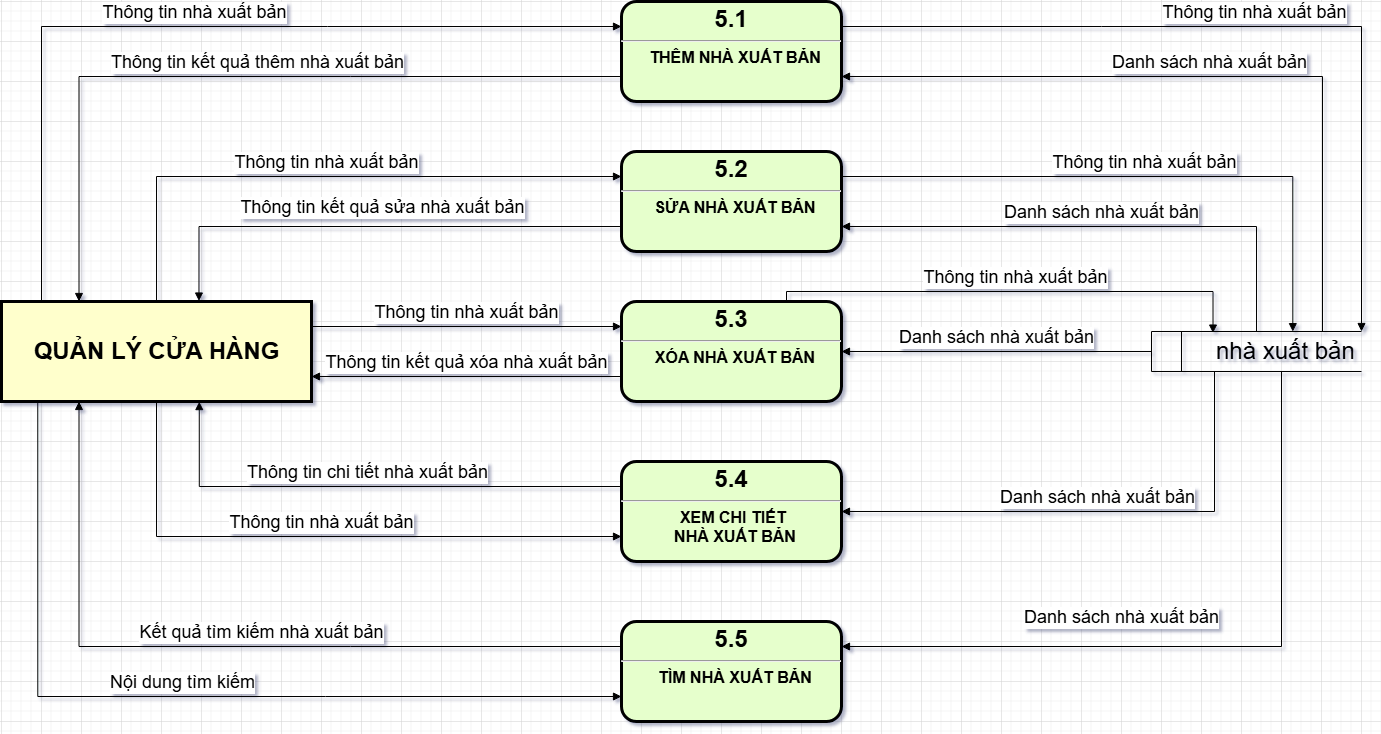
Before: DFD/DFD_NXB_2.drawio.png, a diagram exported from draw.io (phanvu1/PTTKHTTT). Source tidied: cells renumbered, new cells last; positions are measured from the earlier drawing's top-left corner, leaving out a move shared by most shapes. Its diagram source:
```xml
<mxGraphModel>
  <root>
    <mxCell id="0" />
    <mxCell id="1" parent="0" />
    <mxCell id="2" value="&lt;p style=&quot;margin: 4px 0px 0px; text-align: center;&quot;&gt;&lt;span style=&quot;font-size: 24px;&quot;&gt;5.1&lt;/span&gt;&lt;/p&gt;&lt;hr&gt;&lt;p style=&quot;margin: 0px; margin-left: 8px;&quot;&gt;&lt;font size=&quot;3&quot;&gt;THÊM NHÀ XUẤT BẢN&lt;/font&gt;&lt;/p&gt;" style="verticalAlign=middle;align=center;overflow=fill;fontSize=12;fontFamily=Helvetica;html=1;rounded=1;fontStyle=1;strokeWidth=3;fillColor=#E6FFCC;" parent="1" vertex="1">
      <mxGeometry x="620" width="220" height="100" as="geometry" />
    </mxCell>
    <mxCell id="3" style="group;" parent="1" vertex="1">
      <mxGeometry y="300" width="310" height="100" as="geometry" />
    </mxCell>
    <mxCell id="4" style="whiteSpace=wrap;align=center;verticalAlign=middle;fontStyle=1;strokeWidth=3;fillColor=#FFFFCC;" parent="3" vertex="1">
      <mxGeometry width="310" height="100" as="geometry" />
    </mxCell>
    <mxCell id="5" value="&lt;b&gt;&lt;font style=&quot;font-size: 24px;&quot;&gt;QUẢN LÝ CỬA HÀNG&lt;/font&gt;&lt;/b&gt;" style="text;html=1;align=center;verticalAlign=middle;strokeColor=none;fillColor=none;" parent="3" vertex="1">
      <mxGeometry x="20" y="30" width="270" height="40" as="geometry" />
    </mxCell>
    <mxCell id="6" value="&lt;font style=&quot;font-size: 24px;&quot;&gt;&lt;span style=&quot;white-space: pre;&quot;&gt;&#9;&lt;/span&gt;&amp;nbsp;nhà xuất bản&lt;/font&gt;" style="html=1;dashed=0;whiteSpace=wrap;shape=mxgraph.dfd.dataStoreID;align=left;spacingLeft=3;points=[[0,0],[0.5,0],[1,0],[0,0.5],[1,0.5],[0,1],[0.5,1],[1,1]];verticalAlign=middle;fontFamily=Helvetica;fontSize=12;fontColor=default;fillColor=none;gradientColor=none;" parent="1" vertex="1">
      <mxGeometry x="1150" y="330" width="210" height="40" as="geometry" />
    </mxCell>
    <mxCell id="7" value="&lt;font style=&quot;font-size: 18px;&quot;&gt;Thông tin nhà xuất bản&lt;/font&gt;" style="html=1;verticalAlign=bottom;endArrow=block;rounded=0;entryX=0;entryY=0.25;entryDx=0;entryDy=0;edgeStyle=orthogonalEdgeStyle;" parent="1" edge="1" target="2">
      <mxGeometry relative="1" as="geometry">
        <mxPoint x="40" y="300" as="sourcePoint" />
        <Array as="points">
          <mxPoint x="40" y="25" />
        </Array>
      </mxGeometry>
    </mxCell>
    <mxCell id="8" value="&lt;font style=&quot;font-size: 18px;&quot;&gt;Thông tin kết quả thêm nhà xuất bản&lt;/font&gt;" style="html=1;verticalAlign=bottom;endArrow=block;rounded=0;entryX=0.25;entryY=0;entryDx=0;entryDy=0;exitX=0;exitY=0.75;exitDx=0;exitDy=0;edgeStyle=orthogonalEdgeStyle;" parent="1" edge="1" source="2" target="4">
      <mxGeometry x="-0.05" relative="1" as="geometry" />
    </mxCell>
    <mxCell id="9" value="&lt;p style=&quot;margin: 4px 0px 0px; text-align: center;&quot;&gt;&lt;span style=&quot;font-size: 24px;&quot;&gt;5.2&lt;/span&gt;&lt;/p&gt;&lt;hr&gt;&lt;p style=&quot;margin: 0px; margin-left: 8px;&quot;&gt;&lt;font size=&quot;3&quot;&gt;SỬA NHÀ XUẤT BẢN&lt;/font&gt;&lt;/p&gt;" style="verticalAlign=middle;align=center;overflow=fill;fontSize=12;fontFamily=Helvetica;html=1;rounded=1;fontStyle=1;strokeWidth=3;fillColor=#E6FFCC;" parent="1" vertex="1">
      <mxGeometry x="620" y="150" width="220" height="100" as="geometry" />
    </mxCell>
    <mxCell id="10" value="&lt;p style=&quot;margin: 4px 0px 0px; text-align: center;&quot;&gt;&lt;span style=&quot;font-size: 24px;&quot;&gt;5.3&lt;/span&gt;&lt;/p&gt;&lt;hr&gt;&lt;p style=&quot;margin: 0px; margin-left: 8px;&quot;&gt;&lt;font size=&quot;3&quot;&gt;XÓA NHÀ XUẤT BẢN&lt;/font&gt;&lt;/p&gt;" style="verticalAlign=middle;align=center;overflow=fill;fontSize=12;fontFamily=Helvetica;html=1;rounded=1;fontStyle=1;strokeWidth=3;fillColor=#E6FFCC;" parent="1" vertex="1">
      <mxGeometry x="620" y="300" width="220" height="100" as="geometry" />
    </mxCell>
    <mxCell id="11" value="&lt;p style=&quot;margin: 4px 0px 0px; text-align: center;&quot;&gt;&lt;span style=&quot;font-size: 24px;&quot;&gt;5.4&lt;/span&gt;&lt;/p&gt;&lt;hr&gt;&lt;p style=&quot;margin: 0px; margin-left: 8px;&quot;&gt;&lt;font size=&quot;3&quot;&gt;XEM CHI TIẾT&amp;nbsp;&lt;/font&gt;&lt;/p&gt;&lt;p style=&quot;margin: 0px; margin-left: 8px;&quot;&gt;&lt;font size=&quot;3&quot;&gt;NHÀ XUẤT BẢN&lt;/font&gt;&lt;/p&gt;" style="verticalAlign=middle;align=center;overflow=fill;fontSize=12;fontFamily=Helvetica;html=1;rounded=1;fontStyle=1;strokeWidth=3;fillColor=#E6FFCC;" parent="1" vertex="1">
      <mxGeometry x="620" y="460" width="220" height="100" as="geometry" />
    </mxCell>
    <mxCell id="12" value="&lt;p style=&quot;margin: 4px 0px 0px; text-align: center;&quot;&gt;&lt;span style=&quot;font-size: 24px;&quot;&gt;5.5&lt;/span&gt;&lt;/p&gt;&lt;hr&gt;&lt;p style=&quot;margin: 0px; margin-left: 8px;&quot;&gt;&lt;font size=&quot;3&quot;&gt;TÌM NHÀ XUẤT BẢN&lt;/font&gt;&lt;/p&gt;" style="verticalAlign=middle;align=center;overflow=fill;fontSize=12;fontFamily=Helvetica;html=1;rounded=1;fontStyle=1;strokeWidth=3;fillColor=#E6FFCC;" parent="1" vertex="1">
      <mxGeometry x="620" y="620" width="220" height="100" as="geometry" />
    </mxCell>
    <mxCell id="13" value="&lt;font style=&quot;font-size: 18px;&quot;&gt;Thông tin nhà xuất bản&lt;/font&gt;" style="html=1;verticalAlign=bottom;endArrow=block;rounded=0;entryX=0;entryY=0.25;entryDx=0;entryDy=0;exitX=0.5;exitY=0;exitDx=0;exitDy=0;edgeStyle=orthogonalEdgeStyle;" parent="1" edge="1" source="4" target="9">
      <mxGeometry relative="1" as="geometry" />
    </mxCell>
    <mxCell id="14" value="&lt;font style=&quot;font-size: 18px;&quot;&gt;Thông tin kết quả sửa nhà xuất bản&lt;/font&gt;" style="html=1;verticalAlign=bottom;endArrow=block;rounded=0;entryX=0.637;entryY=-0.005;entryDx=0;entryDy=0;entryPerimeter=0;exitX=0;exitY=0.75;exitDx=0;exitDy=0;edgeStyle=orthogonalEdgeStyle;" parent="1" edge="1" source="9" target="4">
      <mxGeometry x="-0.04" y="-5" relative="1" as="geometry" />
    </mxCell>
    <mxCell id="15" value="&lt;font style=&quot;font-size: 18px;&quot;&gt;Thông tin nhà xuất bản&lt;/font&gt;" style="html=1;verticalAlign=bottom;endArrow=block;curved=0;rounded=0;entryX=0;entryY=0.25;entryDx=0;entryDy=0;exitX=1;exitY=0.25;exitDx=0;exitDy=0;" parent="1" edge="1" source="4" target="10">
      <mxGeometry relative="1" as="geometry" />
    </mxCell>
    <mxCell id="16" value="&lt;font style=&quot;font-size: 18px;&quot;&gt;Thông tin kết quả xóa nhà xuất bản&lt;/font&gt;" style="html=1;verticalAlign=bottom;endArrow=block;curved=0;rounded=0;entryX=1;entryY=0.75;entryDx=0;entryDy=0;exitX=0;exitY=0.75;exitDx=0;exitDy=0;" parent="1" edge="1" source="10" target="4">
      <mxGeometry relative="1" as="geometry" />
    </mxCell>
    <mxCell id="17" value="&lt;font style=&quot;font-size: 18px;&quot;&gt;Thông tin nhà xuất bản&lt;/font&gt;" style="html=1;verticalAlign=bottom;endArrow=block;rounded=0;exitX=0.5;exitY=1;exitDx=0;exitDy=0;entryX=0;entryY=0.75;entryDx=0;entryDy=0;edgeStyle=orthogonalEdgeStyle;" parent="1" edge="1" source="4" target="11">
      <mxGeometry relative="1" as="geometry" />
    </mxCell>
    <mxCell id="18" value="&lt;font style=&quot;font-size: 18px;&quot;&gt;Thông tin chi tiết nhà xuất bản&lt;/font&gt;" style="html=1;verticalAlign=bottom;endArrow=block;rounded=0;entryX=0.638;entryY=1.001;entryDx=0;entryDy=0;entryPerimeter=0;exitX=0;exitY=0.25;exitDx=0;exitDy=0;edgeStyle=orthogonalEdgeStyle;" parent="1" edge="1" source="11" target="4">
      <mxGeometry relative="1" as="geometry" />
    </mxCell>
    <mxCell id="19" value="&lt;font style=&quot;font-size: 18px;&quot;&gt;Kết quả tìm kiếm nhà xuất bản&lt;/font&gt;" style="html=1;verticalAlign=bottom;endArrow=block;rounded=0;entryX=0.25;entryY=1;entryDx=0;entryDy=0;exitX=0;exitY=0.25;exitDx=0;exitDy=0;edgeStyle=orthogonalEdgeStyle;" parent="1" edge="1" source="12" target="4">
      <mxGeometry x="-0.09" relative="1" as="geometry" />
    </mxCell>
    <mxCell id="20" value="&lt;font style=&quot;font-size: 18px;&quot;&gt;Nội dung tìm kiếm&lt;/font&gt;" style="html=1;verticalAlign=bottom;endArrow=block;rounded=0;entryX=0;entryY=0.75;entryDx=0;entryDy=0;exitX=0.117;exitY=0.994;exitDx=0;exitDy=0;exitPerimeter=0;edgeStyle=orthogonalEdgeStyle;" parent="1" edge="1" source="4" target="12">
      <mxGeometry relative="1" as="geometry" />
    </mxCell>
    <mxCell id="21" value="&lt;font style=&quot;font-size: 18px;&quot;&gt;Thông tin nhà xuất bản&lt;/font&gt;" style="html=1;verticalAlign=bottom;endArrow=block;rounded=0;exitX=1;exitY=0.25;exitDx=0;exitDy=0;entryX=1;entryY=0;entryDx=0;entryDy=0;edgeStyle=orthogonalEdgeStyle;" parent="1" edge="1" source="2" target="6">
      <mxGeometry relative="1" as="geometry" />
    </mxCell>
    <mxCell id="22" value="&lt;font style=&quot;font-size: 18px;&quot;&gt;Danh sách nhà xuất bản&lt;/font&gt;" style="html=1;verticalAlign=bottom;endArrow=block;rounded=0;edgeStyle=orthogonalEdgeStyle;entryX=1;entryY=0.75;entryDx=0;entryDy=0;" parent="1" edge="1" target="2">
      <mxGeometry relative="1" as="geometry">
        <mxPoint x="1321" y="330" as="sourcePoint" />
        <Array as="points">
          <mxPoint x="1321" y="75" />
        </Array>
      </mxGeometry>
    </mxCell>
    <mxCell id="23" value="&lt;font style=&quot;font-size: 18px;&quot;&gt;Danh sách nhà xuất bản&lt;/font&gt;" style="html=1;verticalAlign=bottom;endArrow=block;rounded=0;edgeStyle=orthogonalEdgeStyle;entryX=1;entryY=0.75;entryDx=0;entryDy=0;exitX=0.5;exitY=0;exitDx=0;exitDy=0;" parent="1" edge="1" source="6" target="9">
      <mxGeometry relative="1" as="geometry">
        <Array as="points">
          <mxPoint x="1255" y="225" />
        </Array>
      </mxGeometry>
    </mxCell>
    <mxCell id="24" value="&lt;font style=&quot;font-size: 18px;&quot;&gt;Thông tin nhà xuất bản&lt;/font&gt;" style="html=1;verticalAlign=bottom;endArrow=block;rounded=0;exitX=1;exitY=0.25;exitDx=0;exitDy=0;entryX=0.673;entryY=0.004;entryDx=0;entryDy=0;edgeStyle=orthogonalEdgeStyle;entryPerimeter=0;" parent="1" edge="1" source="9" target="6">
      <mxGeometry relative="1" as="geometry" />
    </mxCell>
    <mxCell id="25" value="&lt;font style=&quot;font-size: 18px;&quot;&gt;Thông tin nhà xuất bản&lt;/font&gt;" style="html=1;verticalAlign=bottom;endArrow=block;rounded=0;exitX=0.75;exitY=0;exitDx=0;exitDy=0;entryX=0.293;entryY=0.039;entryDx=0;entryDy=0;edgeStyle=orthogonalEdgeStyle;entryPerimeter=0;" parent="1" edge="1" source="10" target="6">
      <mxGeometry relative="1" as="geometry">
        <Array as="points">
          <mxPoint x="785" y="290" />
          <mxPoint x="1212" y="290" />
        </Array>
      </mxGeometry>
    </mxCell>
    <mxCell id="26" value="&lt;span style=&quot;font-size: 18px;&quot;&gt;Danh sách nhà xuất bản&lt;/span&gt;" style="html=1;verticalAlign=bottom;endArrow=block;curved=0;rounded=0;entryX=1;entryY=0.5;entryDx=0;entryDy=0;exitX=0;exitY=0.5;exitDx=0;exitDy=0;" parent="1" edge="1" source="6" target="10">
      <mxGeometry relative="1" as="geometry" />
    </mxCell>
    <mxCell id="27" value="&lt;span style=&quot;font-size: 18px;&quot;&gt;Danh sách nhà xuất bản&lt;/span&gt;" style="html=1;verticalAlign=bottom;endArrow=block;rounded=0;entryX=1;entryY=0.5;entryDx=0;entryDy=0;edgeStyle=orthogonalEdgeStyle;" parent="1" edge="1" target="11">
      <mxGeometry relative="1" as="geometry">
        <mxPoint x="1213" y="370" as="sourcePoint" />
        <Array as="points">
          <mxPoint x="1213" y="510" />
        </Array>
      </mxGeometry>
    </mxCell>
    <mxCell id="28" value="&lt;span style=&quot;font-size: 18px;&quot;&gt;Danh sách nhà xuất bản&lt;/span&gt;" style="html=1;verticalAlign=bottom;endArrow=block;rounded=0;entryX=1;entryY=0.25;entryDx=0;entryDy=0;edgeStyle=orthogonalEdgeStyle;exitX=0.619;exitY=1;exitDx=0;exitDy=0;exitPerimeter=0;" parent="1" edge="1" source="6" target="12">
      <mxGeometry x="0.22" y="-15" relative="1" as="geometry">
        <Array as="points">
          <mxPoint x="1280" y="645" />
        </Array>
      </mxGeometry>
    </mxCell>
  </root>
</mxGraphModel>
```
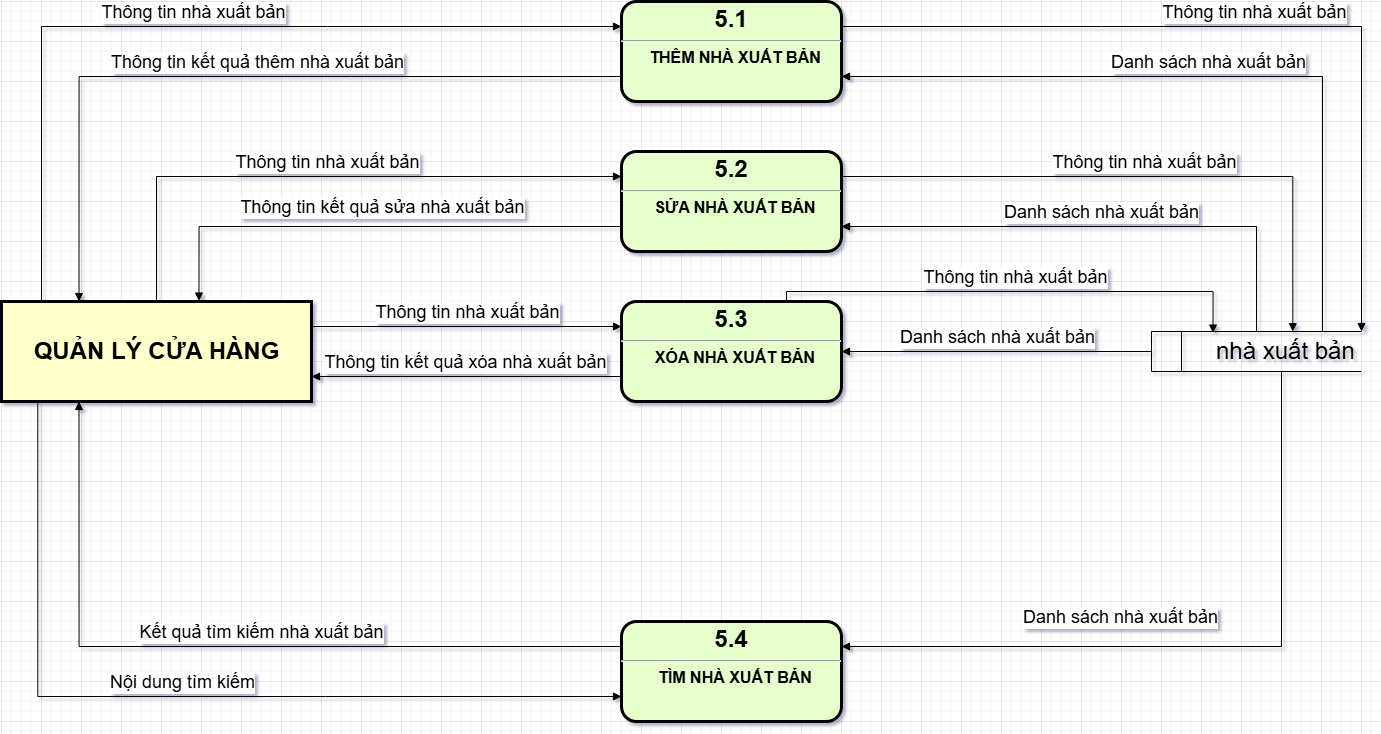
Later version of the same file.

What changed in the source:
```diff
@@ -34,10 +34,7 @@
     <mxCell id="10" value="&lt;p style=&quot;margin: 4px 0px 0px; text-align: center;&quot;&gt;&lt;span style=&quot;font-size: 24px;&quot;&gt;5.3&lt;/span&gt;&lt;/p&gt;&lt;hr&gt;&lt;p style=&quot;margin: 0px; margin-left: 8px;&quot;&gt;&lt;font size=&quot;3&quot;&gt;XÓA NHÀ XUẤT BẢN&lt;/font&gt;&lt;/p&gt;" style="verticalAlign=middle;align=center;overflow=fill;fontSize=12;fontFamily=Helvetica;html=1;rounded=1;fontStyle=1;strokeWidth=3;fillColor=#E6FFCC;" parent="1" vertex="1">
       <mxGeometry x="620" y="300" width="220" height="100" as="geometry" />
     </mxCell>
-    <mxCell id="11" value="&lt;p style=&quot;margin: 4px 0px 0px; text-align: center;&quot;&gt;&lt;span style=&quot;font-size: 24px;&quot;&gt;5.4&lt;/span&gt;&lt;/p&gt;&lt;hr&gt;&lt;p style=&quot;margin: 0px; margin-left: 8px;&quot;&gt;&lt;font size=&quot;3&quot;&gt;XEM CHI TIẾT&amp;nbsp;&lt;/font&gt;&lt;/p&gt;&lt;p style=&quot;margin: 0px; margin-left: 8px;&quot;&gt;&lt;font size=&quot;3&quot;&gt;NHÀ XUẤT BẢN&lt;/font&gt;&lt;/p&gt;" style="verticalAlign=middle;align=center;overflow=fill;fontSize=12;fontFamily=Helvetica;html=1;rounded=1;fontStyle=1;strokeWidth=3;fillColor=#E6FFCC;" parent="1" vertex="1">
-      <mxGeometry x="620" y="460" width="220" height="100" as="geometry" />
-    </mxCell>
-    <mxCell id="12" value="&lt;p style=&quot;margin: 4px 0px 0px; text-align: center;&quot;&gt;&lt;span style=&quot;font-size: 24px;&quot;&gt;5.5&lt;/span&gt;&lt;/p&gt;&lt;hr&gt;&lt;p style=&quot;margin: 0px; margin-left: 8px;&quot;&gt;&lt;font size=&quot;3&quot;&gt;TÌM NHÀ XUẤT BẢN&lt;/font&gt;&lt;/p&gt;" style="verticalAlign=middle;align=center;overflow=fill;fontSize=12;fontFamily=Helvetica;html=1;rounded=1;fontStyle=1;strokeWidth=3;fillColor=#E6FFCC;" parent="1" vertex="1">
+    <mxCell id="12" value="&lt;p style=&quot;margin: 4px 0px 0px; text-align: center;&quot;&gt;&lt;span style=&quot;font-size: 24px;&quot;&gt;5.4&lt;/span&gt;&lt;/p&gt;&lt;hr&gt;&lt;p style=&quot;margin: 0px; margin-left: 8px;&quot;&gt;&lt;font size=&quot;3&quot;&gt;TÌM NHÀ XUẤT BẢN&lt;/font&gt;&lt;/p&gt;" style="verticalAlign=middle;align=center;overflow=fill;fontSize=12;fontFamily=Helvetica;html=1;rounded=1;fontStyle=1;strokeWidth=3;fillColor=#E6FFCC;" parent="1" vertex="1">
       <mxGeometry x="620" y="620" width="220" height="100" as="geometry" />
     </mxCell>
     <mxCell id="13" value="&lt;font style=&quot;font-size: 18px;&quot;&gt;Thông tin nhà xuất bản&lt;/font&gt;" style="html=1;verticalAlign=bottom;endArrow=block;rounded=0;entryX=0;entryY=0.25;entryDx=0;entryDy=0;exitX=0.5;exitY=0;exitDx=0;exitDy=0;edgeStyle=orthogonalEdgeStyle;" parent="1" edge="1" source="4" target="9">
@@ -52,12 +49,6 @@
     <mxCell id="16" value="&lt;font style=&quot;font-size: 18px;&quot;&gt;Thông tin kết quả xóa nhà xuất bản&lt;/font&gt;" style="html=1;verticalAlign=bottom;endArrow=block;curved=0;rounded=0;entryX=1;entryY=0.75;entryDx=0;entryDy=0;exitX=0;exitY=0.75;exitDx=0;exitDy=0;" parent="1" edge="1" source="10" target="4">
       <mxGeometry relative="1" as="geometry" />
     </mxCell>
-    <mxCell id="17" value="&lt;font style=&quot;font-size: 18px;&quot;&gt;Thông tin nhà xuất bản&lt;/font&gt;" style="html=1;verticalAlign=bottom;endArrow=block;rounded=0;exitX=0.5;exitY=1;exitDx=0;exitDy=0;entryX=0;entryY=0.75;entryDx=0;entryDy=0;edgeStyle=orthogonalEdgeStyle;" parent="1" edge="1" source="4" target="11">
-      <mxGeometry relative="1" as="geometry" />
-    </mxCell>
-    <mxCell id="18" value="&lt;font style=&quot;font-size: 18px;&quot;&gt;Thông tin chi tiết nhà xuất bản&lt;/font&gt;" style="html=1;verticalAlign=bottom;endArrow=block;rounded=0;entryX=0.638;entryY=1.001;entryDx=0;entryDy=0;entryPerimeter=0;exitX=0;exitY=0.25;exitDx=0;exitDy=0;edgeStyle=orthogonalEdgeStyle;" parent="1" edge="1" source="11" target="4">
-      <mxGeometry relative="1" as="geometry" />
-    </mxCell>
     <mxCell id="19" value="&lt;font style=&quot;font-size: 18px;&quot;&gt;Kết quả tìm kiếm nhà xuất bản&lt;/font&gt;" style="html=1;verticalAlign=bottom;endArrow=block;rounded=0;entryX=0.25;entryY=1;entryDx=0;entryDy=0;exitX=0;exitY=0.25;exitDx=0;exitDy=0;edgeStyle=orthogonalEdgeStyle;" parent="1" edge="1" source="12" target="4">
       <mxGeometry x="-0.09" relative="1" as="geometry" />
     </mxCell>
@@ -96,14 +87,6 @@
     <mxCell id="26" value="&lt;span style=&quot;font-size: 18px;&quot;&gt;Danh sách nhà xuất bản&lt;/span&gt;" style="html=1;verticalAlign=bottom;endArrow=block;curved=0;rounded=0;entryX=1;entryY=0.5;entryDx=0;entryDy=0;exitX=0;exitY=0.5;exitDx=0;exitDy=0;" parent="1" edge="1" source="6" target="10">
       <mxGeometry relative="1" as="geometry" />
     </mxCell>
-    <mxCell id="27" value="&lt;span style=&quot;font-size: 18px;&quot;&gt;Danh sách nhà xuất bản&lt;/span&gt;" style="html=1;verticalAlign=bottom;endArrow=block;rounded=0;entryX=1;entryY=0.5;entryDx=0;entryDy=0;edgeStyle=orthogonalEdgeStyle;" parent="1" edge="1" target="11">
-      <mxGeometry relative="1" as="geometry">
-        <mxPoint x="1213" y="370" as="sourcePoint" />
-        <Array as="points">
-          <mxPoint x="1213" y="510" />
-        </Array>
-      </mxGeometry>
-    </mxCell>
     <mxCell id="28" value="&lt;span style=&quot;font-size: 18px;&quot;&gt;Danh sách nhà xuất bản&lt;/span&gt;" style="html=1;verticalAlign=bottom;endArrow=block;rounded=0;entryX=1;entryY=0.25;entryDx=0;entryDy=0;edgeStyle=orthogonalEdgeStyle;exitX=0.619;exitY=1;exitDx=0;exitDy=0;exitPerimeter=0;" parent="1" edge="1" source="6" target="12">
       <mxGeometry x="0.22" y="-15" relative="1" as="geometry">
         <Array as="points">
```
